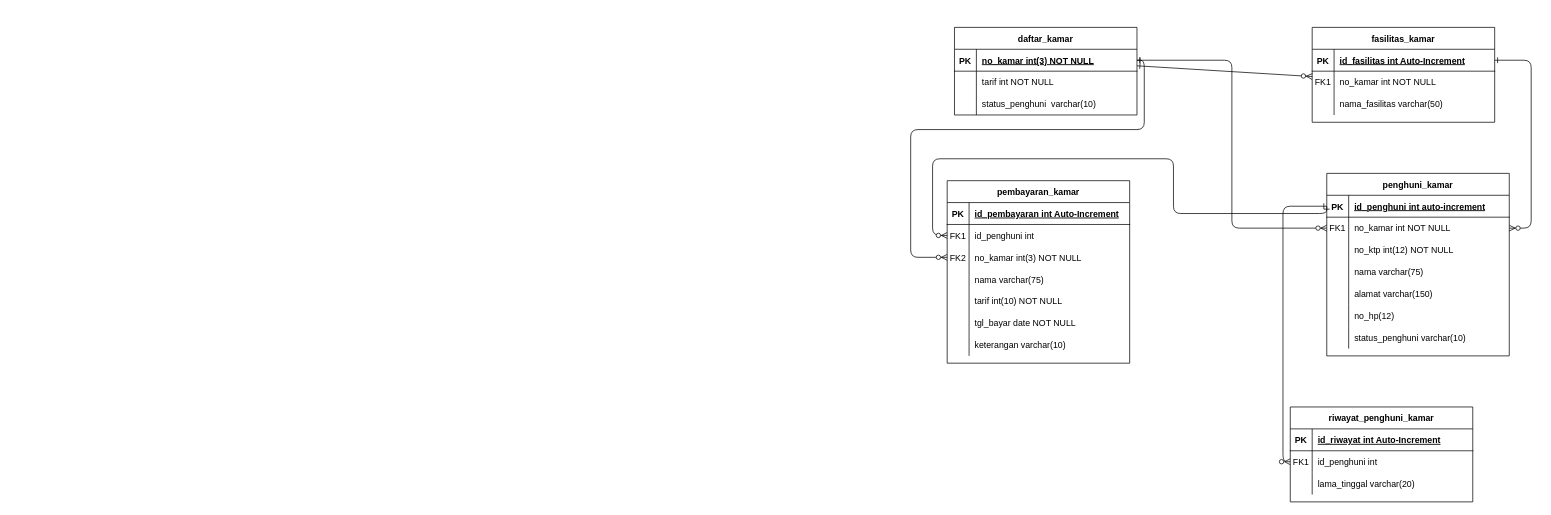
The draw.io diagram Projeck Kost-kostan.drawio in Adamyr159/Basis-Data-, before the edit. Source tidied: cells renumbered, new cells numbered last; positions are measured from the earlier drawing's top-left corner, leaving out a move shared by most shapes. Both pictures are drawn from the tidied source at 73%, with x=0, y=0 at pixel (910, 27).
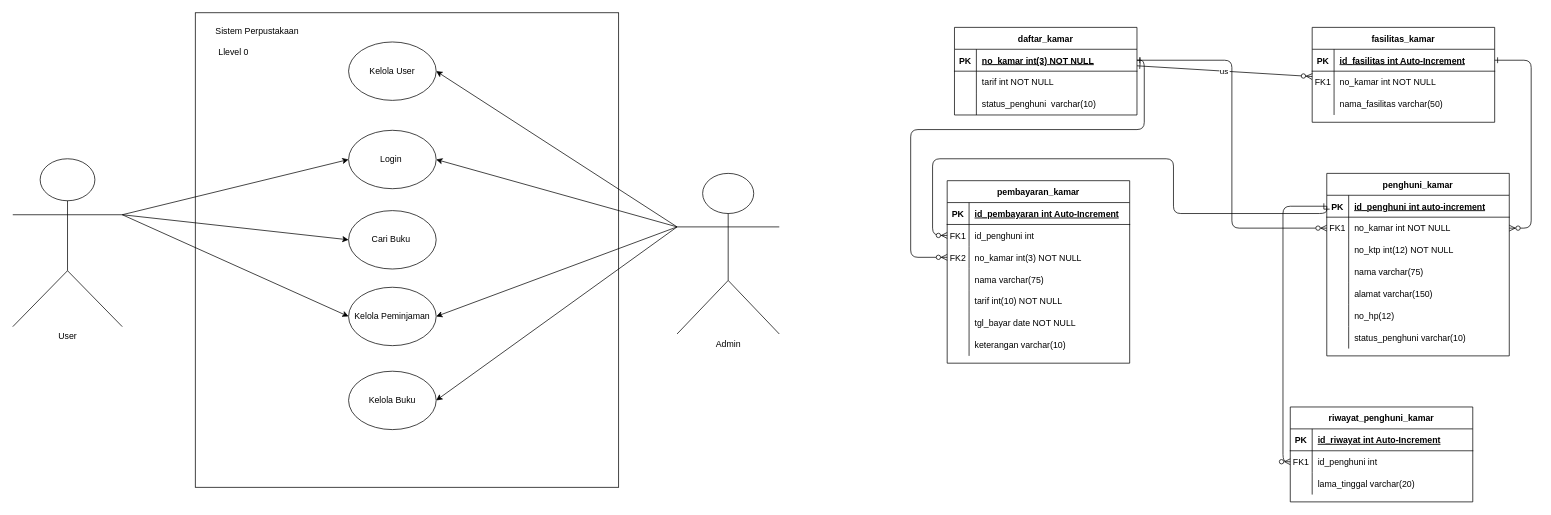
After the change.

Unchanged cells that the change refers to:
```xml
<mxCell id="8" style="shape=partialRectangle;fillColor=none;points=[[0,0.5],[1,0.5]];portConstraint=eastwest;top=0;left=0;right=0;bottom=0;" parent="4" vertex="1">
  <mxGeometry y="60" width="250" height="30" as="geometry" />
</mxCell>
<mxCell id="37" style="shape=partialRectangle;fillColor=none;points=[[0,0.5],[1,0.5]];portConstraint=eastwest;top=0;left=0;right=0;bottom=1;" parent="36" vertex="1">
  <mxGeometry y="30" width="250" height="30" as="geometry" />
</mxCell>
```

Diff of the diagram source:
```diff
@@
-    <mxCell id="2" style="endArrow=ERzeroToMany;startArrow=ERone;endFill=1;startFill=0;" parent="1" edge="1" source="37" target="8">
+    <mxCell id="2" value="us" style="endArrow=ERzeroToMany;startArrow=ERone;endFill=1;startFill=0;" parent="1" edge="1" source="37" target="8">
       <mxGeometry relative="1" as="geometry" />
     </mxCell>
@@
+    <mxCell id="82" style="rounded=0;whiteSpace=wrap;html=1;" parent="1" vertex="1">
+      <mxGeometry x="-980" y="-20" width="580" height="650" as="geometry" />
+    </mxCell>
+    <mxCell id="83" value="User" style="shape=umlActor;verticalLabelPosition=bottom;verticalAlign=top;html=1;outlineConnect=0;" parent="1" vertex="1">
+      <mxGeometry x="-1230" y="180" width="150" height="230" as="geometry" />
+    </mxCell>
+    <mxCell id="84" value="Admin" style="shape=umlActor;verticalLabelPosition=bottom;verticalAlign=top;html=1;outlineConnect=0;" parent="1" vertex="1">
+      <mxGeometry x="-320" y="200" width="140" height="220" as="geometry" />
+    </mxCell>
+    <mxCell id="85" value="Login&amp;nbsp;" style="ellipse;whiteSpace=wrap;html=1;" parent="1" vertex="1">
+      <mxGeometry x="-770" y="141" width="120" height="80" as="geometry" />
+    </mxCell>
+    <mxCell id="86" style="endArrow=classic;html=1;rounded=0;entryX=0;entryY=0.5;entryDx=0;entryDy=0;exitX=1;exitY=0.3333333333333333;exitDx=0;exitDy=0;exitPerimeter=0;" parent="1" edge="1" source="83" target="85">
+      <mxGeometry relative="1" as="geometry" />
+    </mxCell>
+    <mxCell id="87" style="endArrow=classic;html=1;rounded=0;entryX=1;entryY=0.5;entryDx=0;entryDy=0;exitX=0;exitY=0.3333333333333333;exitDx=0;exitDy=0;exitPerimeter=0;" parent="1" edge="1" source="84" target="85">
+      <mxGeometry relative="1" as="geometry" />
+    </mxCell>
+    <mxCell id="88" value="Cari Buku&amp;nbsp;" style="ellipse;whiteSpace=wrap;html=1;" parent="1" vertex="1">
+      <mxGeometry x="-770" y="251" width="120" height="80" as="geometry" />
+    </mxCell>
+    <mxCell id="89" value="Kelola Peminjaman" style="ellipse;whiteSpace=wrap;html=1;" parent="1" vertex="1">
+      <mxGeometry x="-770" y="356" width="120" height="80" as="geometry" />
+    </mxCell>
+    <mxCell id="90" value="Kelola Buku" style="ellipse;whiteSpace=wrap;html=1;" parent="1" vertex="1">
+      <mxGeometry x="-770" y="471" width="120" height="80" as="geometry" />
+    </mxCell>
+    <mxCell id="91" value="Kelola User" style="ellipse;whiteSpace=wrap;html=1;" parent="1" vertex="1">
+      <mxGeometry x="-770" y="20" width="120" height="80" as="geometry" />
+    </mxCell>
+    <mxCell id="92" style="endArrow=classic;html=1;rounded=0;entryX=1;entryY=0.5;entryDx=0;entryDy=0;exitX=0;exitY=0.3333333333333333;exitDx=0;exitDy=0;exitPerimeter=0;" parent="1" edge="1" source="84" target="91">
+      <mxGeometry relative="1" as="geometry" />
+    </mxCell>
+    <mxCell id="93" style="endArrow=classic;html=1;rounded=0;entryX=1;entryY=0.5;entryDx=0;entryDy=0;exitX=0;exitY=0.3333333333333333;exitDx=0;exitDy=0;exitPerimeter=0;" parent="1" edge="1" source="84" target="89">
+      <mxGeometry relative="1" as="geometry" />
+    </mxCell>
+    <mxCell id="94" style="endArrow=classic;html=1;rounded=0;entryX=1;entryY=0.5;entryDx=0;entryDy=0;exitX=0;exitY=0.3333333333333333;exitDx=0;exitDy=0;exitPerimeter=0;" parent="1" edge="1" source="84" target="90">
+      <mxGeometry relative="1" as="geometry" />
+    </mxCell>
+    <mxCell id="95" style="endArrow=classic;html=1;rounded=0;entryX=0;entryY=0.5;entryDx=0;entryDy=0;exitX=1;exitY=0.3333333333333333;exitDx=0;exitDy=0;exitPerimeter=0;" parent="1" edge="1" source="83" target="88">
+      <mxGeometry relative="1" as="geometry" />
+    </mxCell>
+    <mxCell id="96" style="endArrow=classic;html=1;rounded=0;entryX=0;entryY=0.5;entryDx=0;entryDy=0;exitX=1;exitY=0.3333333333333333;exitDx=0;exitDy=0;exitPerimeter=0;" parent="1" edge="1" source="83" target="89">
+      <mxGeometry relative="1" as="geometry" />
+    </mxCell>
+    <mxCell id="97" value="Sistem Perpustakaan" style="text;html=1;strokeColor=none;fillColor=none;align=center;verticalAlign=middle;whiteSpace=wrap;rounded=0;" parent="1" vertex="1">
+      <mxGeometry x="-960" y="-10" width="130" height="30" as="geometry" />
+    </mxCell>
+    <mxCell id="98" value="Llevel 0" style="text;html=1;strokeColor=none;fillColor=none;align=left;verticalAlign=middle;whiteSpace=wrap;rounded=0;" parent="1" vertex="1">
+      <mxGeometry x="-950" y="20" width="130" height="30" as="geometry" />
+    </mxCell>
```
